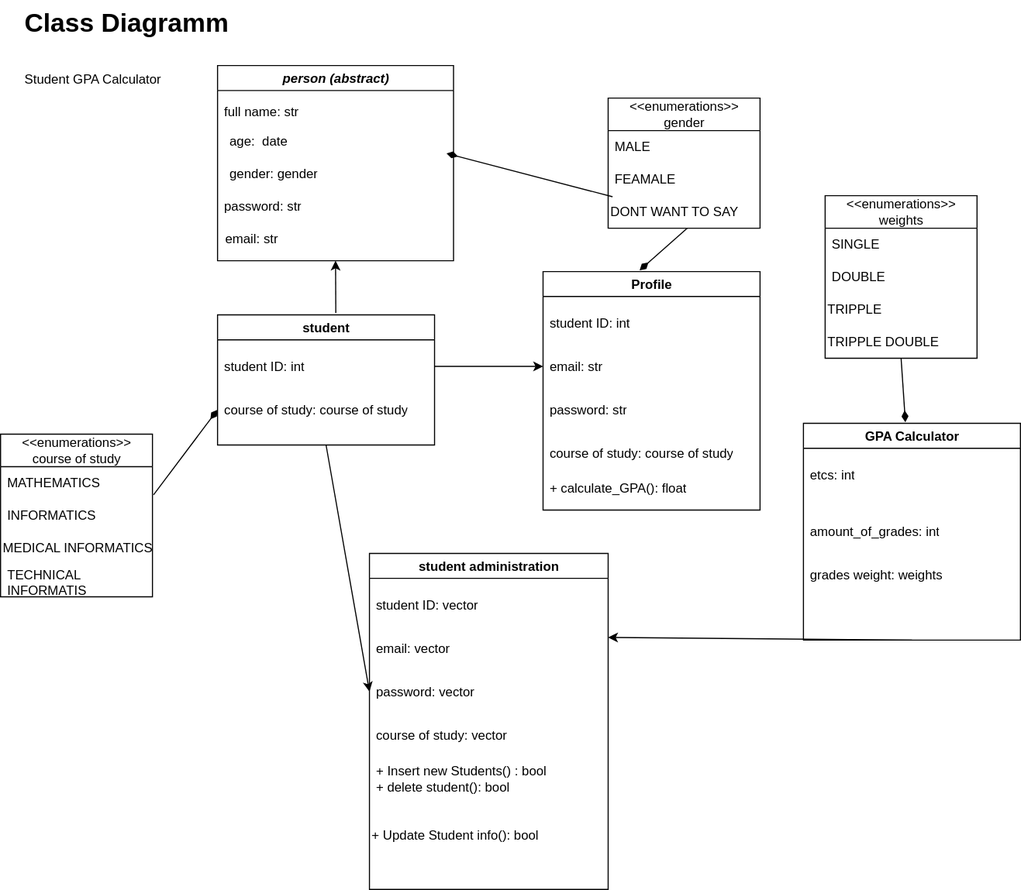
The draw.io diagram GPA_Calculator/documentation/Class_diagram.svg in SandrAdora/GPAStudentCalculator, before a commit. Source tidied: cells renumbered, new cells last; positions are measured from the earlier drawing's top-left corner, leaving out a move shared by most shapes.
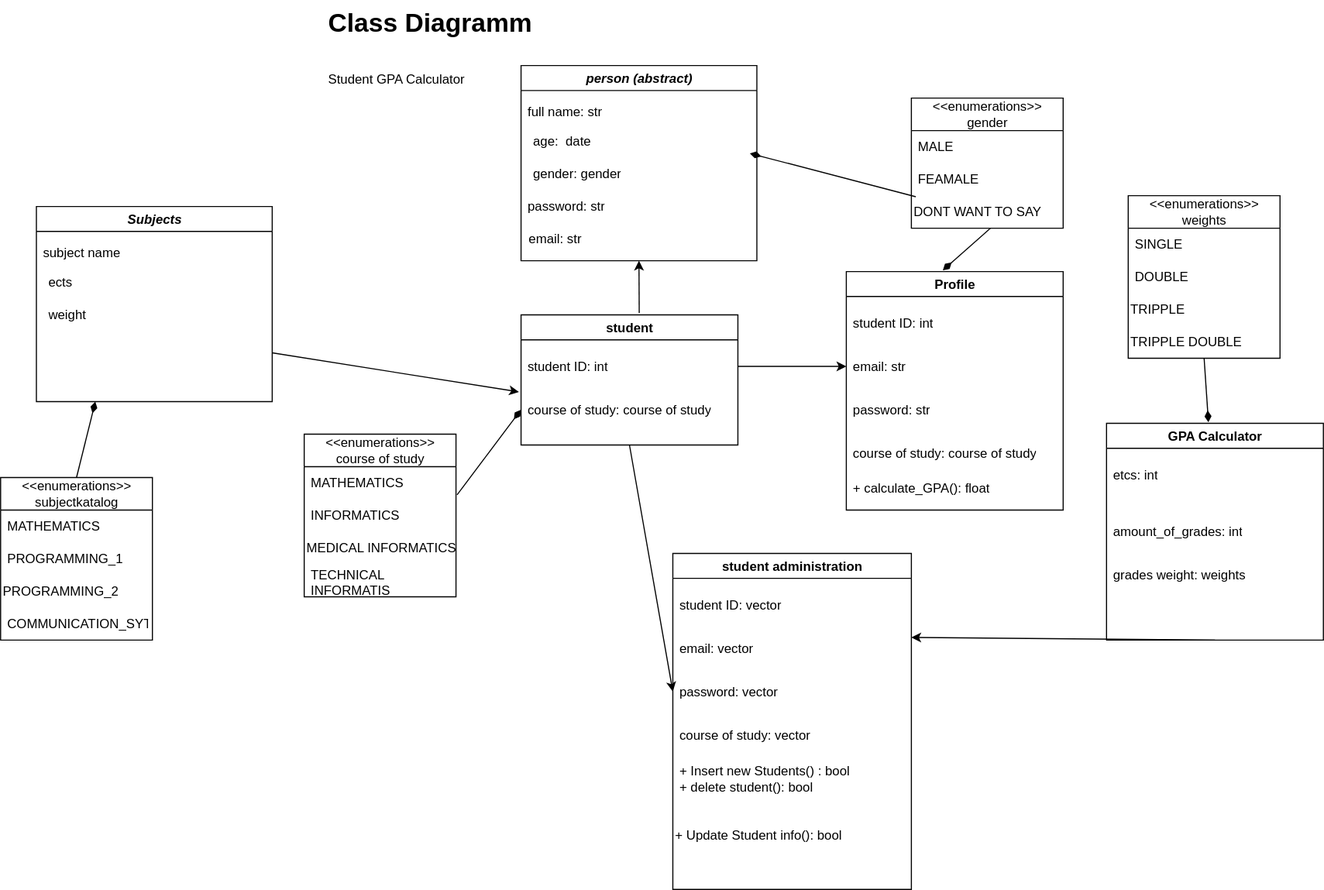
Later version of the same file.

Diff of the diagram source:
```diff
@@ -151,5 +151,38 @@
     <mxCell id="50" style="endArrow=none;startArrow=diamondThin;endFill=0;startFill=1;html=1;verticalAlign=bottom;labelBackgroundColor=none;strokeWidth=1;startSize=8;endSize=8;rounded=0;exitX=0.47;exitY=-0.005;exitDx=0;exitDy=0;entryX=0.5;entryY=1;entryDx=0;entryDy=0;exitPerimeter=0;" parent="1" edge="1" source="40" target="49">
       <mxGeometry relative="1" as="geometry" />
     </mxCell>
+    <mxCell id="51" value="&lt;i&gt;Subjects&lt;/i&gt;" style="swimlane;whiteSpace=wrap;html=1;" parent="1" vertex="1">
+      <mxGeometry x="-247" y="190" width="217.5" height="180" as="geometry" />
+    </mxCell>
+    <mxCell id="52" value="subject name" style="text;strokeColor=none;fillColor=none;align=left;verticalAlign=middle;spacingLeft=4;spacingRight=4;overflow=hidden;whiteSpace=wrap;html=1;" parent="51" vertex="1">
+      <mxGeometry y="27.5" width="180" height="30" as="geometry" />
+    </mxCell>
+    <mxCell id="53" value="weight" style="text;strokeColor=none;fillColor=none;align=left;verticalAlign=middle;spacingLeft=4;spacingRight=4;overflow=hidden;whiteSpace=wrap;html=1;" parent="51" vertex="1">
+      <mxGeometry x="5" y="80" width="205" height="40" as="geometry" />
+    </mxCell>
+    <mxCell id="54" value="ects" style="text;strokeColor=none;fillColor=none;align=left;verticalAlign=middle;spacingLeft=4;spacingRight=4;overflow=hidden;whiteSpace=wrap;html=1;" parent="51" vertex="1">
+      <mxGeometry x="5" y="50" width="200" height="40" as="geometry" />
+    </mxCell>
+    <mxCell id="55" style="endArrow=classic;html=1;rounded=0;entryX=-0.01;entryY=0.088;entryDx=0;entryDy=0;entryPerimeter=0;exitX=1;exitY=0.75;exitDx=0;exitDy=0;" parent="1" edge="1" source="51" target="5">
+      <mxGeometry relative="1" as="geometry" />
+    </mxCell>
+    <mxCell id="56" style="endArrow=none;startArrow=diamondThin;endFill=0;startFill=1;html=1;verticalAlign=bottom;labelBackgroundColor=none;strokeWidth=1;startSize=8;endSize=8;rounded=0;exitX=0.25;exitY=1;exitDx=0;exitDy=0;entryX=0.5;entryY=0;entryDx=0;entryDy=0;" parent="1" edge="1" source="51" target="57">
+      <mxGeometry relative="1" as="geometry" />
+    </mxCell>
+    <mxCell id="57" value="&amp;lt;&amp;lt;enumerations&amp;gt;&amp;gt;&lt;div&gt;subjectkatalog&lt;/div&gt;" style="swimlane;fontStyle=0;horizontal=1;startSize=30;whiteSpace=wrap;html=1;" parent="1" vertex="1">
+      <mxGeometry x="-280" y="440" width="140" height="150" as="geometry" />
+    </mxCell>
+    <mxCell id="58" value="MATHEMATICS" style="text;strokeColor=none;fillColor=none;align=left;verticalAlign=middle;spacingLeft=4;spacingRight=4;overflow=hidden;whiteSpace=wrap;html=1;" parent="57" vertex="1">
+      <mxGeometry y="30" width="140" height="30" as="geometry" />
+    </mxCell>
+    <mxCell id="59" value="PROGRAMMING_1" style="text;strokeColor=none;fillColor=none;align=left;verticalAlign=middle;spacingLeft=4;spacingRight=4;overflow=hidden;whiteSpace=wrap;html=1;" parent="57" vertex="1">
+      <mxGeometry y="60" width="140" height="30" as="geometry" />
+    </mxCell>
+    <mxCell id="60" value="PROGRAMMING_2" style="text;html=1;align=left;verticalAlign=middle;whiteSpace=wrap;rounded=0;" parent="57" vertex="1">
+      <mxGeometry y="90" width="140" height="30" as="geometry" />
+    </mxCell>
+    <mxCell id="61" value="COMMUNICATION_SYTE;S" style="text;strokeColor=none;fillColor=none;align=left;verticalAlign=middle;spacingLeft=4;spacingRight=4;overflow=hidden;whiteSpace=wrap;html=1;" parent="57" vertex="1">
+      <mxGeometry y="120" width="140" height="30" as="geometry" />
+    </mxCell>
   </root>
 </mxGraphModel>
```
